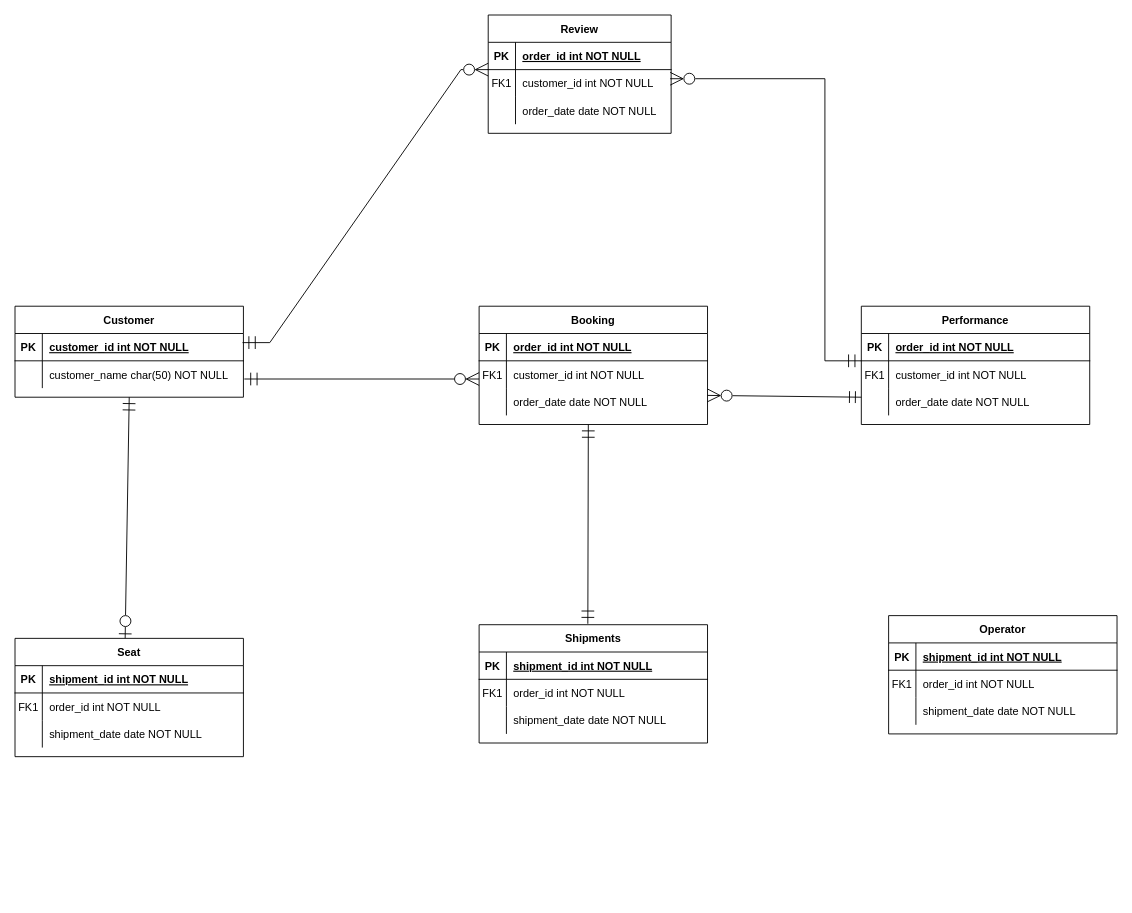
The draw.io diagram Untitled Diagram.drawio in jefsamo/gct-ticketing-system, before the edit. Source tidied: cells renumbered, new cells numbered last; positions are measured from the earlier drawing's top-left corner, leaving out a move shared by most shapes. Both pictures are drawn from the tidied source at 91%, with x=0, y=0 at pixel (15, 15).
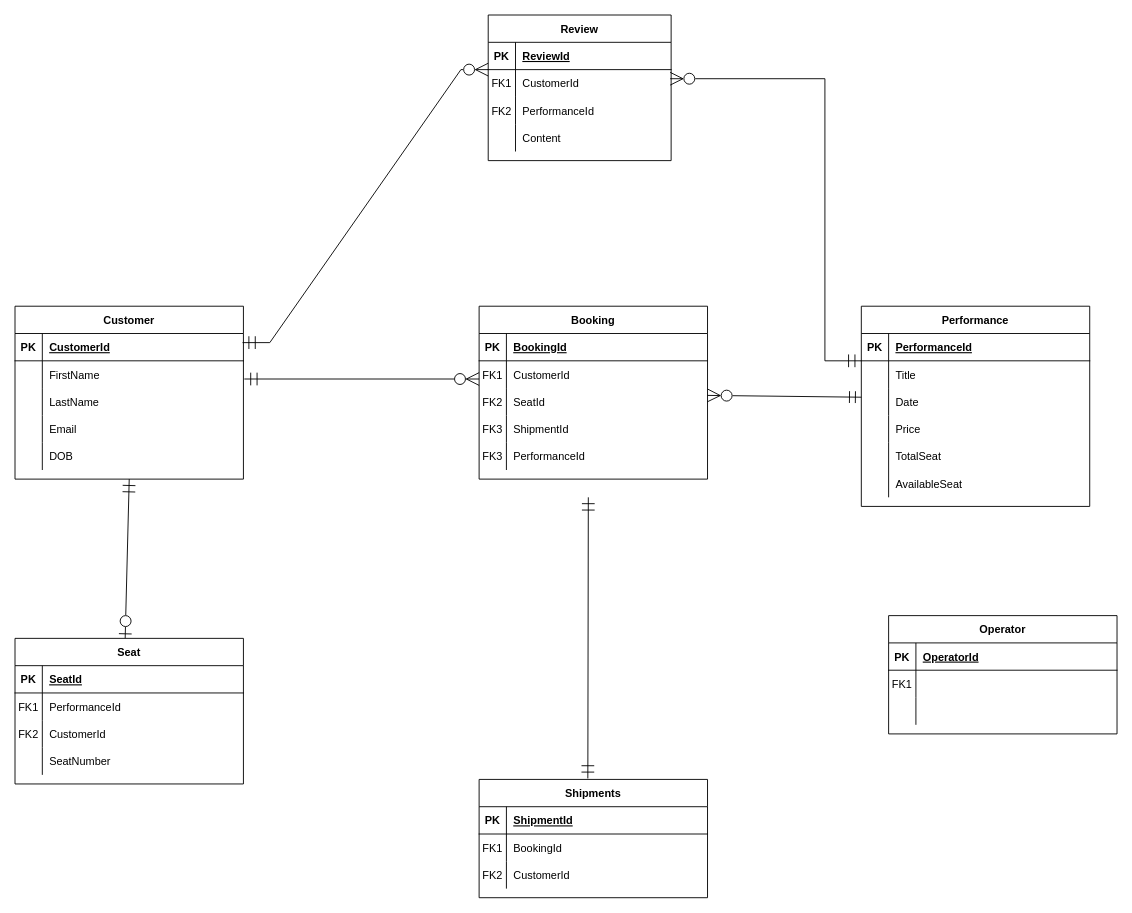
Above is the later version.

Commit message:
Entity properties

Unchanged cells that the change refers to:
```xml
<mxCell id="3" style="shape=partialRectangle;fillColor=none;top=0;left=0;right=0;bottom=1;" parent="2" vertex="1">
  <mxGeometry y="30" width="251" height="30" as="geometry" />
</mxCell>
<mxCell id="6" style="shape=partialRectangle;fillColor=none;top=0;left=0;right=0;bottom=0;" parent="2" vertex="1">
  <mxGeometry y="60" width="251" height="30" as="geometry" />
</mxCell>
<mxCell id="9" style="shape=partialRectangle;fillColor=none;points=[[0,0.5],[1,0.5]];portConstraint=eastwest;top=0;left=0;right=0;bottom=0;" parent="2" vertex="1">
  <mxGeometry y="90" width="251" height="30" as="geometry" />
</mxCell>
<mxCell id="13" style="shape=partialRectangle;fillColor=none;top=0;left=0;right=0;bottom=1;" parent="12" vertex="1">
  <mxGeometry y="30" width="251" height="30" as="geometry" />
</mxCell>
<mxCell id="16" style="shape=partialRectangle;fillColor=none;top=0;left=0;right=0;bottom=0;" parent="12" vertex="1">
  <mxGeometry y="60" width="251" height="30" as="geometry" />
</mxCell>
<mxCell id="19" style="shape=partialRectangle;fillColor=none;top=0;left=0;right=0;bottom=0;" parent="12" vertex="1">
  <mxGeometry y="90" width="251" height="30" as="geometry" />
</mxCell>
<mxCell id="23" style="shape=partialRectangle;fillColor=none;top=0;left=0;right=0;bottom=1;" parent="22" vertex="1">
  <mxGeometry y="30" width="251" height="30" as="geometry" />
</mxCell>
<mxCell id="26" style="shape=partialRectangle;fillColor=none;top=0;left=0;right=0;bottom=0;" parent="22" vertex="1">
  <mxGeometry y="60" width="251" height="30" as="geometry" />
</mxCell>
<mxCell id="31" style="shape=partialRectangle;fillColor=none;top=0;left=0;right=0;bottom=1;" parent="30" vertex="1">
  <mxGeometry y="30" width="251" height="30" as="geometry" />
</mxCell>
<mxCell id="34" style="shape=partialRectangle;fillColor=none;top=0;left=0;right=0;bottom=0;" parent="30" vertex="1">
  <mxGeometry y="60" width="251" height="30" as="geometry" />
</mxCell>
<mxCell id="37" style="shape=partialRectangle;fillColor=none;top=0;left=0;right=0;bottom=0;" parent="30" vertex="1">
  <mxGeometry y="90" width="251" height="30" as="geometry" />
</mxCell>
<mxCell id="46" style="shape=partialRectangle;fillColor=none;top=0;left=0;right=0;bottom=1;" parent="45" vertex="1">
  <mxGeometry y="30" width="201" height="30" as="geometry" />
</mxCell>
<mxCell id="49" style="shape=partialRectangle;fillColor=none;top=0;left=0;right=0;bottom=0;" parent="45" vertex="1">
  <mxGeometry y="60" width="201" height="30" as="geometry" />
</mxCell>
<mxCell id="52" style="shape=partialRectangle;fillColor=none;top=0;left=0;right=0;bottom=0;" parent="45" vertex="1">
  <mxGeometry y="90" width="201" height="30" as="geometry" />
</mxCell>
<mxCell id="57" style="shape=partialRectangle;fillColor=none;top=0;left=0;right=0;bottom=1;" parent="56" vertex="1">
  <mxGeometry y="30" width="251" height="30" as="geometry" />
</mxCell>
<mxCell id="60" style="shape=partialRectangle;fillColor=none;top=0;left=0;right=0;bottom=0;" parent="56" vertex="1">
  <mxGeometry y="60" width="251" height="30" as="geometry" />
</mxCell>
<mxCell id="63" style="shape=partialRectangle;fillColor=none;top=0;left=0;right=0;bottom=0;" parent="56" vertex="1">
  <mxGeometry y="90" width="251" height="30" as="geometry" />
</mxCell>
<mxCell id="68" style="shape=partialRectangle;fillColor=none;top=0;left=0;right=0;bottom=1;" parent="67" vertex="1">
  <mxGeometry y="30" width="251" height="30" as="geometry" />
</mxCell>
<mxCell id="71" style="shape=partialRectangle;fillColor=none;top=0;left=0;right=0;bottom=0;" parent="67" vertex="1">
  <mxGeometry y="60" width="251" height="30" as="geometry" />
</mxCell>
<mxCell id="74" style="shape=partialRectangle;fillColor=none;top=0;left=0;right=0;bottom=0;" parent="67" vertex="1">
  <mxGeometry y="90" width="251" height="30" as="geometry" />
</mxCell>
```

The edit, as a diff of the source:
```diff
@@
     <mxCell id="2" value="Booking" style="shape=table;startSize=30;childLayout=tableLayout;rowLines=0;fontStyle=1;align=center;" parent="1" vertex="1">
-      <mxGeometry x="510" y="320" width="251" height="130" as="geometry" />
+      <mxGeometry x="510" y="320" width="251" height="190" as="geometry" />
     </mxCell>
@@
-    <mxCell id="5" value="order_id int NOT NULL " style="shape=partialRectangle;overflow=hidden;fillColor=none;top=0;left=0;bottom=0;right=0;align=left;spacingLeft=6;fontStyle=5;" parent="3" vertex="1">
+    <mxCell id="5" value="BookingId" style="shape=partialRectangle;overflow=hidden;fillColor=none;top=0;left=0;bottom=0;right=0;align=left;spacingLeft=6;fontStyle=5;" parent="3" vertex="1">
       <mxGeometry x="30" width="221" height="30" as="geometry" />
     </mxCell>
@@
-    <mxCell id="8" value="customer_id int NOT NULL" style="shape=partialRectangle;overflow=hidden;fillColor=none;top=0;left=0;bottom=0;right=0;align=left;spacingLeft=6;" parent="6" vertex="1">
+    <mxCell id="8" value="CustomerId" style="shape=partialRectangle;overflow=hidden;fillColor=none;top=0;left=0;bottom=0;right=0;align=left;spacingLeft=6;" parent="6" vertex="1">
       <mxGeometry x="30" width="221" height="30" as="geometry" />
     </mxCell>
@@
-    <mxCell id="10" style="shape=partialRectangle;overflow=hidden;fillColor=none;top=0;left=0;bottom=0;right=0;" parent="9" vertex="1">
+    <mxCell id="10" value="FK2" style="shape=partialRectangle;overflow=hidden;fillColor=none;top=0;left=0;bottom=0;right=0;" parent="9" vertex="1">
       <mxGeometry width="30" height="30" as="geometry" />
     </mxCell>
-    <mxCell id="11" value="order_date date NOT NULL" style="shape=partialRectangle;overflow=hidden;fillColor=none;top=0;left=0;bottom=0;right=0;align=left;spacingLeft=6;" parent="9" vertex="1">
+    <mxCell id="11" value="SeatId" style="shape=partialRectangle;overflow=hidden;fillColor=none;top=0;left=0;bottom=0;right=0;align=left;spacingLeft=6;" parent="9" vertex="1">
       <mxGeometry x="30" width="221" height="30" as="geometry" />
     </mxCell>
+    <mxCell id="77" style="shape=partialRectangle;fillColor=none;top=0;left=0;right=0;bottom=0;" parent="2" vertex="1">
+      <mxGeometry y="120" width="251" height="30" as="geometry" />
+    </mxCell>
+    <mxCell id="78" value="FK3" style="shape=partialRectangle;overflow=hidden;fillColor=none;top=0;left=0;bottom=0;right=0;" parent="77" vertex="1">
+      <mxGeometry width="30" height="30" as="geometry" />
+    </mxCell>
+    <mxCell id="79" value="ShipmentId" style="shape=partialRectangle;overflow=hidden;fillColor=none;top=0;left=0;bottom=0;right=0;align=left;spacingLeft=6;" parent="77" vertex="1">
+      <mxGeometry x="30" width="221" height="30" as="geometry" />
+    </mxCell>
+    <mxCell id="80" style="shape=partialRectangle;fillColor=none;top=0;left=0;right=0;bottom=0;" parent="2" vertex="1">
+      <mxGeometry y="150" width="251" height="30" as="geometry" />
+    </mxCell>
+    <mxCell id="81" value="FK3" style="shape=partialRectangle;overflow=hidden;fillColor=none;top=0;left=0;bottom=0;right=0;" parent="80" vertex="1">
+      <mxGeometry width="30" height="30" as="geometry" />
+    </mxCell>
+    <mxCell id="82" value="PerformanceId" style="shape=partialRectangle;overflow=hidden;fillColor=none;top=0;left=0;bottom=0;right=0;align=left;spacingLeft=6;" parent="80" vertex="1">
+      <mxGeometry x="30" width="221" height="30" as="geometry" />
+    </mxCell>
     <mxCell id="12" value="Shipments" style="shape=table;startSize=30;childLayout=tableLayout;rowLines=0;fontStyle=1;align=center;" parent="1" vertex="1">
-      <mxGeometry x="510" y="670" width="251" height="130" as="geometry" />
+      <mxGeometry x="510" y="840" width="251" height="130" as="geometry" />
     </mxCell>
@@
-    <mxCell id="15" value="shipment_id int NOT NULL " style="shape=partialRectangle;overflow=hidden;fillColor=none;top=0;left=0;bottom=0;right=0;align=left;spacingLeft=6;fontStyle=5;" parent="13" vertex="1">
+    <mxCell id="15" value="ShipmentId" style="shape=partialRectangle;overflow=hidden;fillColor=none;top=0;left=0;bottom=0;right=0;align=left;spacingLeft=6;fontStyle=5;" parent="13" vertex="1">
       <mxGeometry x="30" width="221" height="30" as="geometry" />
     </mxCell>
@@
-    <mxCell id="18" value="order_id int NOT NULL" style="shape=partialRectangle;overflow=hidden;fillColor=none;top=0;left=0;bottom=0;right=0;align=left;spacingLeft=6;" parent="16" vertex="1">
+    <mxCell id="18" value="BookingId" style="shape=partialRectangle;overflow=hidden;fillColor=none;top=0;left=0;bottom=0;right=0;align=left;spacingLeft=6;" parent="16" vertex="1">
       <mxGeometry x="30" width="221" height="30" as="geometry" />
     </mxCell>
@@
-    <mxCell id="20" style="shape=partialRectangle;overflow=hidden;fillColor=none;top=0;left=0;bottom=0;right=0;" parent="19" vertex="1">
+    <mxCell id="20" value="FK2" style="shape=partialRectangle;overflow=hidden;fillColor=none;top=0;left=0;bottom=0;right=0;" parent="19" vertex="1">
       <mxGeometry width="30" height="30" as="geometry" />
     </mxCell>
-    <mxCell id="21" value="shipment_date date NOT NULL" style="shape=partialRectangle;overflow=hidden;fillColor=none;top=0;left=0;bottom=0;right=0;align=left;spacingLeft=6;" parent="19" vertex="1">
+    <mxCell id="21" value="CustomerId" style="shape=partialRectangle;overflow=hidden;fillColor=none;top=0;left=0;bottom=0;right=0;align=left;spacingLeft=6;" parent="19" vertex="1">
       <mxGeometry x="30" width="221" height="30" as="geometry" />
     </mxCell>
     <mxCell id="22" value="Customer" style="shape=table;startSize=30;childLayout=tableLayout;rowLines=0;fontStyle=1;align=center;" parent="1" vertex="1">
-      <mxGeometry y="320" width="251" height="100" as="geometry" />
+      <mxGeometry y="320" width="251" height="190" as="geometry" />
     </mxCell>
@@
-    <mxCell id="25" value="customer_id int NOT NULL " style="shape=partialRectangle;overflow=hidden;fillColor=none;top=0;left=0;bottom=0;right=0;align=left;spacingLeft=6;fontStyle=5;" parent="23" vertex="1">
+    <mxCell id="25" value="CustomerId" style="shape=partialRectangle;overflow=hidden;fillColor=none;top=0;left=0;bottom=0;right=0;align=left;spacingLeft=6;fontStyle=5;" parent="23" vertex="1">
       <mxGeometry x="30" width="221" height="30" as="geometry" />
     </mxCell>
@@
-    <mxCell id="28" value="customer_name char(50) NOT NULL" style="shape=partialRectangle;overflow=hidden;fillColor=none;top=0;left=0;bottom=0;right=0;align=left;spacingLeft=6;" parent="26" vertex="1">
+    <mxCell id="28" value="FirstName" style="shape=partialRectangle;overflow=hidden;fillColor=none;top=0;left=0;bottom=0;right=0;align=left;spacingLeft=6;" parent="26" vertex="1">
       <mxGeometry x="30" width="221" height="30" as="geometry" />
     </mxCell>
+    <mxCell id="83" style="shape=partialRectangle;fillColor=none;top=0;left=0;right=0;bottom=0;" parent="22" vertex="1">
+      <mxGeometry y="90" width="251" height="30" as="geometry" />
+    </mxCell>
+    <mxCell id="84" style="shape=partialRectangle;overflow=hidden;fillColor=none;top=0;left=0;bottom=0;right=0;" parent="83" vertex="1">
+      <mxGeometry width="30" height="30" as="geometry" />
+    </mxCell>
+    <mxCell id="85" value="LastName" style="shape=partialRectangle;overflow=hidden;fillColor=none;top=0;left=0;bottom=0;right=0;align=left;spacingLeft=6;" parent="83" vertex="1">
+      <mxGeometry x="30" width="221" height="30" as="geometry" />
+    </mxCell>
+    <mxCell id="86" style="shape=partialRectangle;fillColor=none;top=0;left=0;right=0;bottom=0;" parent="22" vertex="1">
+      <mxGeometry y="120" width="251" height="30" as="geometry" />
+    </mxCell>
+    <mxCell id="87" style="shape=partialRectangle;overflow=hidden;fillColor=none;top=0;left=0;bottom=0;right=0;" parent="86" vertex="1">
+      <mxGeometry width="30" height="30" as="geometry" />
+    </mxCell>
+    <mxCell id="88" value="Email" style="shape=partialRectangle;overflow=hidden;fillColor=none;top=0;left=0;bottom=0;right=0;align=left;spacingLeft=6;" parent="86" vertex="1">
+      <mxGeometry x="30" width="221" height="30" as="geometry" />
+    </mxCell>
+    <mxCell id="89" style="shape=partialRectangle;fillColor=none;top=0;left=0;right=0;bottom=0;" parent="22" vertex="1">
+      <mxGeometry y="150" width="251" height="30" as="geometry" />
+    </mxCell>
+    <mxCell id="90" style="shape=partialRectangle;overflow=hidden;fillColor=none;top=0;left=0;bottom=0;right=0;" parent="89" vertex="1">
+      <mxGeometry width="30" height="30" as="geometry" />
+    </mxCell>
+    <mxCell id="91" value="DOB" style="shape=partialRectangle;overflow=hidden;fillColor=none;top=0;left=0;bottom=0;right=0;align=left;spacingLeft=6;" parent="89" vertex="1">
+      <mxGeometry x="30" width="221" height="30" as="geometry" />
+    </mxCell>
@@
     <mxCell id="30" value="Performance" style="shape=table;startSize=30;childLayout=tableLayout;rowLines=0;fontStyle=1;align=center;" parent="1" vertex="1">
-      <mxGeometry x="930" y="320" width="251" height="130" as="geometry" />
+      <mxGeometry x="930" y="320" width="251" height="220" as="geometry" />
     </mxCell>
@@
-    <mxCell id="33" value="order_id int NOT NULL " style="shape=partialRectangle;overflow=hidden;fillColor=none;top=0;left=0;bottom=0;right=0;align=left;spacingLeft=6;fontStyle=5;" parent="31" vertex="1">
+    <mxCell id="33" value="PerformanceId" style="shape=partialRectangle;overflow=hidden;fillColor=none;top=0;left=0;bottom=0;right=0;align=left;spacingLeft=6;fontStyle=5;" parent="31" vertex="1">
       <mxGeometry x="30" width="221" height="30" as="geometry" />
     </mxCell>
@@
-    <mxCell id="35" value="FK1" style="shape=partialRectangle;overflow=hidden;fillColor=none;top=0;left=0;bottom=0;right=0;" parent="34" vertex="1">
+    <mxCell id="35" style="shape=partialRectangle;overflow=hidden;fillColor=none;top=0;left=0;bottom=0;right=0;" parent="34" vertex="1">
       <mxGeometry width="30" height="30" as="geometry" />
     </mxCell>
-    <mxCell id="36" value="customer_id int NOT NULL" style="shape=partialRectangle;overflow=hidden;fillColor=none;top=0;left=0;bottom=0;right=0;align=left;spacingLeft=6;" parent="34" vertex="1">
+    <mxCell id="36" value="Title" style="shape=partialRectangle;overflow=hidden;fillColor=none;top=0;left=0;bottom=0;right=0;align=left;spacingLeft=6;" parent="34" vertex="1">
       <mxGeometry x="30" width="221" height="30" as="geometry" />
     </mxCell>
@@
-    <mxCell id="39" value="order_date date NOT NULL" style="shape=partialRectangle;overflow=hidden;fillColor=none;top=0;left=0;bottom=0;right=0;align=left;spacingLeft=6;" parent="37" vertex="1">
+    <mxCell id="39" value="Date" style="shape=partialRectangle;overflow=hidden;fillColor=none;top=0;left=0;bottom=0;right=0;align=left;spacingLeft=6;" parent="37" vertex="1">
       <mxGeometry x="30" width="221" height="30" as="geometry" />
     </mxCell>
+    <mxCell id="92" style="shape=partialRectangle;fillColor=none;top=0;left=0;right=0;bottom=0;" parent="30" vertex="1">
+      <mxGeometry y="120" width="251" height="30" as="geometry" />
+    </mxCell>
+    <mxCell id="93" style="shape=partialRectangle;overflow=hidden;fillColor=none;top=0;left=0;bottom=0;right=0;" parent="92" vertex="1">
+      <mxGeometry width="30" height="30" as="geometry" />
+    </mxCell>
+    <mxCell id="94" value="Price" style="shape=partialRectangle;overflow=hidden;fillColor=none;top=0;left=0;bottom=0;right=0;align=left;spacingLeft=6;" parent="92" vertex="1">
+      <mxGeometry x="30" width="221" height="30" as="geometry" />
+    </mxCell>
+    <mxCell id="95" style="shape=partialRectangle;fillColor=none;top=0;left=0;right=0;bottom=0;" parent="30" vertex="1">
+      <mxGeometry y="150" width="251" height="30" as="geometry" />
+    </mxCell>
+    <mxCell id="96" style="shape=partialRectangle;overflow=hidden;fillColor=none;top=0;left=0;bottom=0;right=0;" parent="95" vertex="1">
+      <mxGeometry width="30" height="30" as="geometry" />
+    </mxCell>
+    <mxCell id="97" value="TotalSeat" style="shape=partialRectangle;overflow=hidden;fillColor=none;top=0;left=0;bottom=0;right=0;align=left;spacingLeft=6;" parent="95" vertex="1">
+      <mxGeometry x="30" width="221" height="30" as="geometry" />
+    </mxCell>
+    <mxCell id="98" style="shape=partialRectangle;fillColor=none;top=0;left=0;right=0;bottom=0;" parent="30" vertex="1">
+      <mxGeometry y="180" width="251" height="30" as="geometry" />
+    </mxCell>
+    <mxCell id="99" style="shape=partialRectangle;overflow=hidden;fillColor=none;top=0;left=0;bottom=0;right=0;" parent="98" vertex="1">
+      <mxGeometry width="30" height="30" as="geometry" />
+    </mxCell>
+    <mxCell id="100" value="AvailableSeat" style="shape=partialRectangle;overflow=hidden;fillColor=none;top=0;left=0;bottom=0;right=0;align=left;spacingLeft=6;" parent="98" vertex="1">
+      <mxGeometry x="30" width="221" height="30" as="geometry" />
+    </mxCell>
@@
     <mxCell id="45" value="Review" style="shape=table;startSize=30;childLayout=tableLayout;rowLines=0;fontStyle=1;align=center;" parent="1" vertex="1">
-      <mxGeometry x="520" width="201" height="130" as="geometry" />
+      <mxGeometry x="520" width="201" height="160" as="geometry" />
     </mxCell>
@@
-    <mxCell id="48" value="order_id int NOT NULL " style="shape=partialRectangle;overflow=hidden;fillColor=none;top=0;left=0;bottom=0;right=0;align=left;spacingLeft=6;fontStyle=5;" parent="46" vertex="1">
+    <mxCell id="48" value="ReviewId" style="shape=partialRectangle;overflow=hidden;fillColor=none;top=0;left=0;bottom=0;right=0;align=left;spacingLeft=6;fontStyle=5;" parent="46" vertex="1">
       <mxGeometry x="30" width="171" height="30" as="geometry" />
     </mxCell>
@@
-    <mxCell id="51" value="customer_id int NOT NULL" style="shape=partialRectangle;overflow=hidden;fillColor=none;top=0;left=0;bottom=0;right=0;align=left;spacingLeft=6;" parent="49" vertex="1">
+    <mxCell id="51" value="CustomerId" style="shape=partialRectangle;overflow=hidden;fillColor=none;top=0;left=0;bottom=0;right=0;align=left;spacingLeft=6;" parent="49" vertex="1">
       <mxGeometry x="30" width="171" height="30" as="geometry" />
     </mxCell>
@@
-    <mxCell id="53" style="shape=partialRectangle;overflow=hidden;fillColor=none;top=0;left=0;bottom=0;right=0;" parent="52" vertex="1">
+    <mxCell id="53" value="FK2" style="shape=partialRectangle;overflow=hidden;fillColor=none;top=0;left=0;bottom=0;right=0;" parent="52" vertex="1">
       <mxGeometry width="30" height="30" as="geometry" />
     </mxCell>
-    <mxCell id="54" value="order_date date NOT NULL" style="shape=partialRectangle;overflow=hidden;fillColor=none;top=0;left=0;bottom=0;right=0;align=left;spacingLeft=6;" parent="52" vertex="1">
+    <mxCell id="54" value="PerformanceId" style="shape=partialRectangle;overflow=hidden;fillColor=none;top=0;left=0;bottom=0;right=0;align=left;spacingLeft=6;" parent="52" vertex="1">
       <mxGeometry x="30" width="171" height="30" as="geometry" />
     </mxCell>
+    <mxCell id="101" style="shape=partialRectangle;fillColor=none;top=0;left=0;right=0;bottom=0;" parent="45" vertex="1">
+      <mxGeometry y="120" width="201" height="30" as="geometry" />
+    </mxCell>
+    <mxCell id="102" style="shape=partialRectangle;overflow=hidden;fillColor=none;top=0;left=0;bottom=0;right=0;" parent="101" vertex="1">
+      <mxGeometry width="30" height="30" as="geometry" />
+    </mxCell>
+    <mxCell id="103" value="Content" style="shape=partialRectangle;overflow=hidden;fillColor=none;top=0;left=0;bottom=0;right=0;align=left;spacingLeft=6;" parent="101" vertex="1">
+      <mxGeometry x="30" width="171" height="30" as="geometry" />
+    </mxCell>
@@
-    <mxCell id="59" value="shipment_id int NOT NULL " style="shape=partialRectangle;overflow=hidden;fillColor=none;top=0;left=0;bottom=0;right=0;align=left;spacingLeft=6;fontStyle=5;" parent="57" vertex="1">
+    <mxCell id="59" value="OperatorId" style="shape=partialRectangle;overflow=hidden;fillColor=none;top=0;left=0;bottom=0;right=0;align=left;spacingLeft=6;fontStyle=5;" parent="57" vertex="1">
       <mxGeometry x="30" width="221" height="30" as="geometry" />
     </mxCell>
@@
-    <mxCell id="62" value="order_id int NOT NULL" style="shape=partialRectangle;overflow=hidden;fillColor=none;top=0;left=0;bottom=0;right=0;align=left;spacingLeft=6;" parent="60" vertex="1">
+    <mxCell id="62" style="shape=partialRectangle;overflow=hidden;fillColor=none;top=0;left=0;bottom=0;right=0;align=left;spacingLeft=6;" parent="60" vertex="1">
       <mxGeometry x="30" width="221" height="30" as="geometry" />
     </mxCell>
@@
-    <mxCell id="65" value="shipment_date date NOT NULL" style="shape=partialRectangle;overflow=hidden;fillColor=none;top=0;left=0;bottom=0;right=0;align=left;spacingLeft=6;" parent="63" vertex="1">
+    <mxCell id="65" style="shape=partialRectangle;overflow=hidden;fillColor=none;top=0;left=0;bottom=0;right=0;align=left;spacingLeft=6;" parent="63" vertex="1">
       <mxGeometry x="30" width="221" height="30" as="geometry" />
     </mxCell>
     <mxCell id="66" style="endArrow=ERmandOne;html=1;rounded=0;exitX=0.476;exitY=-0.008;exitDx=0;exitDy=0;exitPerimeter=0;startArrow=ERmandOne;startFill=0;endFill=0;endSize=12;startSize=12;" parent="1" edge="1" source="12">
       <mxGeometry relative="1" as="geometry">
-        <mxPoint x="630" y="450" as="targetPoint" />
+        <mxPoint x="630" y="530" as="targetPoint" />
       </mxGeometry>
     </mxCell>
     <mxCell id="67" value="Seat" style="shape=table;startSize=30;childLayout=tableLayout;rowLines=0;fontStyle=1;align=center;" parent="1" vertex="1">
-      <mxGeometry y="685" width="251" height="130" as="geometry" />
+      <mxGeometry y="685" width="251" height="160" as="geometry" />
     </mxCell>
@@
-    <mxCell id="70" value="shipment_id int NOT NULL " style="shape=partialRectangle;overflow=hidden;fillColor=none;top=0;left=0;bottom=0;right=0;align=left;spacingLeft=6;fontStyle=5;" parent="68" vertex="1">
+    <mxCell id="70" value="SeatId" style="shape=partialRectangle;overflow=hidden;fillColor=none;top=0;left=0;bottom=0;right=0;align=left;spacingLeft=6;fontStyle=5;" parent="68" vertex="1">
       <mxGeometry x="30" width="221" height="30" as="geometry" />
     </mxCell>
@@
-    <mxCell id="73" value="order_id int NOT NULL" style="shape=partialRectangle;overflow=hidden;fillColor=none;top=0;left=0;bottom=0;right=0;align=left;spacingLeft=6;" parent="71" vertex="1">
+    <mxCell id="73" value="PerformanceId" style="shape=partialRectangle;overflow=hidden;fillColor=none;top=0;left=0;bottom=0;right=0;align=left;spacingLeft=6;" parent="71" vertex="1">
       <mxGeometry x="30" width="221" height="30" as="geometry" />
     </mxCell>
@@
-    <mxCell id="75" style="shape=partialRectangle;overflow=hidden;fillColor=none;top=0;left=0;bottom=0;right=0;" parent="74" vertex="1">
+    <mxCell id="75" value="FK2" style="shape=partialRectangle;overflow=hidden;fillColor=none;top=0;left=0;bottom=0;right=0;" parent="74" vertex="1">
       <mxGeometry width="30" height="30" as="geometry" />
     </mxCell>
-    <mxCell id="76" value="shipment_date date NOT NULL" style="shape=partialRectangle;overflow=hidden;fillColor=none;top=0;left=0;bottom=0;right=0;align=left;spacingLeft=6;" parent="74" vertex="1">
+    <mxCell id="76" value="CustomerId" style="shape=partialRectangle;overflow=hidden;fillColor=none;top=0;left=0;bottom=0;right=0;align=left;spacingLeft=6;" parent="74" vertex="1">
       <mxGeometry x="30" width="221" height="30" as="geometry" />
     </mxCell>
+    <mxCell id="104" style="shape=partialRectangle;fillColor=none;top=0;left=0;right=0;bottom=0;" parent="67" vertex="1">
+      <mxGeometry y="120" width="251" height="30" as="geometry" />
+    </mxCell>
+    <mxCell id="105" style="shape=partialRectangle;overflow=hidden;fillColor=none;top=0;left=0;bottom=0;right=0;" parent="104" vertex="1">
+      <mxGeometry width="30" height="30" as="geometry" />
+    </mxCell>
+    <mxCell id="106" value="SeatNumber" style="shape=partialRectangle;overflow=hidden;fillColor=none;top=0;left=0;bottom=0;right=0;align=left;spacingLeft=6;" parent="104" vertex="1">
+      <mxGeometry x="30" width="221" height="30" as="geometry" />
+    </mxCell>
```
